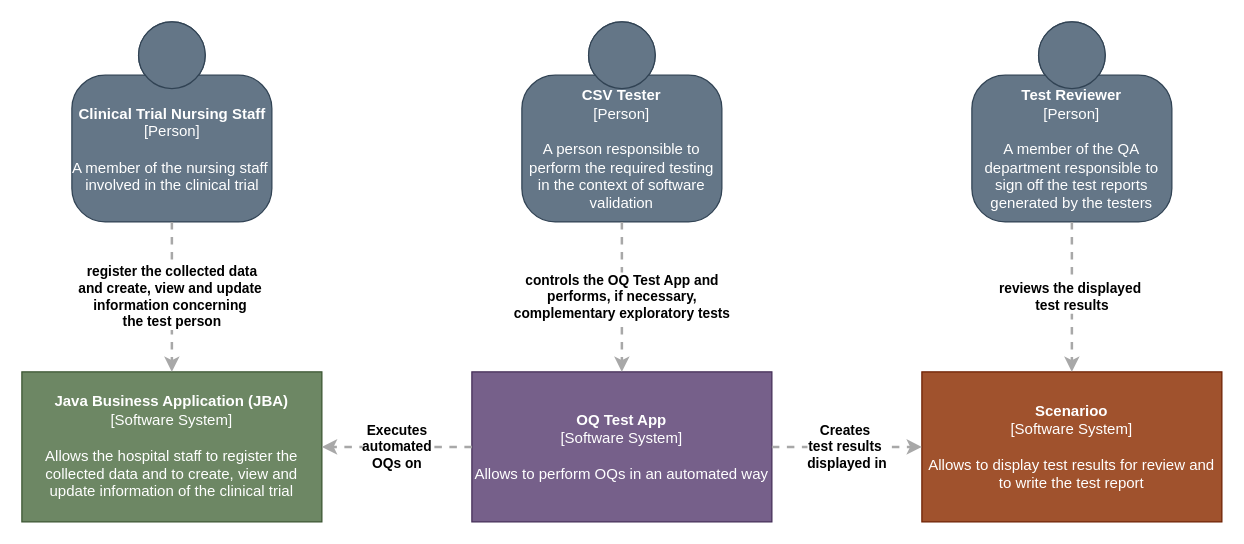
Above: documentation/C1_Architecture_Diagram.drawio in sableu/BDD4OQ (draw.io), before the change. Source tidied: cells renumbered, new cells numbered last; positions are measured from the earlier drawing's top-left corner, leaving out a move shared by most shapes. Both pictures are drawn from the tidied source at 125%, with x=0, y=0 at pixel (21, 21).
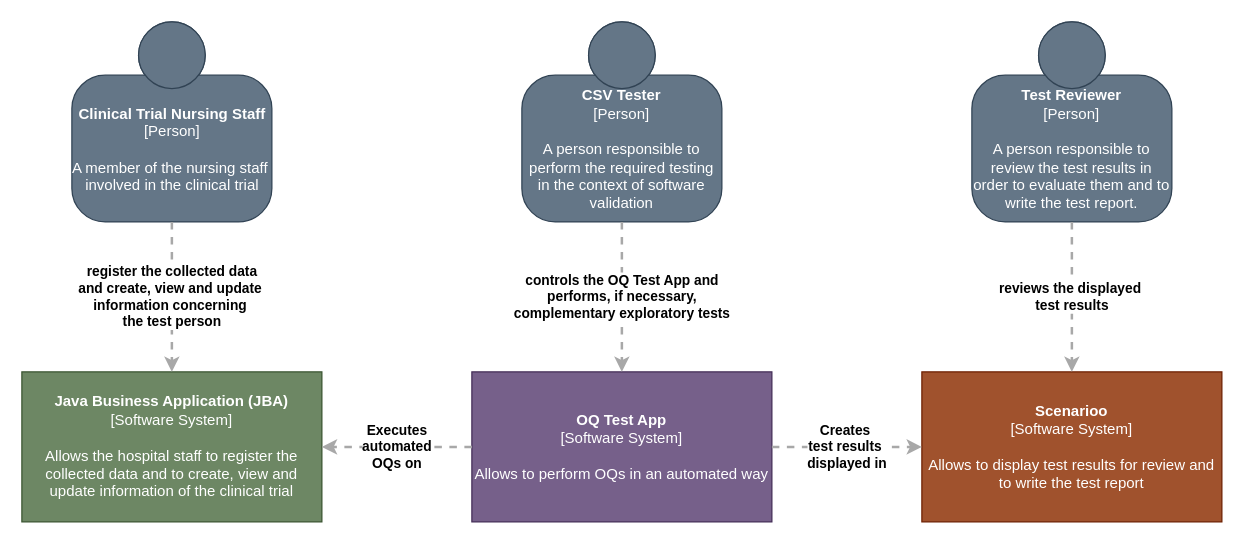
Above is the later version.

Diff of the diagram source:
```diff
@@
 <mxGraphModel>
   <root>
     <mxCell id="0" />
     <mxCell id="1" parent="0" />
     <mxCell id="2" value="&lt;b&gt;Java Business Application (JBA)&lt;/b&gt;&lt;div&gt;[Software System]&lt;/div&gt;&lt;br&gt;&lt;div&gt;Allows the hospital staff to register the collected data and to create, view and update information of the clinical trial&lt;/div&gt;" style="rounded=0;whiteSpace=wrap;html=1;labelBackgroundColor=none;fillColor=#6d8764;fontColor=#ffffff;align=center;arcSize=10;strokeColor=#3A5431;points=[[0.25,0,0],[0.5,0,0],[0.75,0,0],[1,0.25,0],[1,0.5,0],[1,0.75,0],[0.75,1,0],[0.5,1,0],[0.25,1,0],[0,0.75,0],[0,0.5,0],[0,0.25,0]];" parent="1" vertex="1">
       <mxGeometry y="280" width="240" height="120" as="geometry" />
     </mxCell>
     <mxCell id="3" value="&lt;b&gt;OQ Test App&lt;/b&gt;&lt;div&gt;[Software System]&lt;/div&gt;&lt;br&gt;&lt;div&gt;Allows to perform OQs in an automated way&lt;/div&gt;" style="rounded=0;whiteSpace=wrap;html=1;labelBackgroundColor=none;fillColor=#76608a;fontColor=#ffffff;align=center;arcSize=10;strokeColor=#432D57;points=[[0.25,0,0],[0.5,0,0],[0.75,0,0],[1,0.25,0],[1,0.5,0],[1,0.75,0],[0.75,1,0],[0.5,1,0],[0.25,1,0],[0,0.75,0],[0,0.5,0],[0,0.25,0]];" parent="1" vertex="1">
       <mxGeometry x="360" y="280" width="240" height="120" as="geometry" />
     </mxCell>
     <mxCell id="4" value="&lt;b&gt;Scenarioo&lt;/b&gt;&lt;div&gt;[Software System]&lt;/div&gt;&lt;br&gt;&lt;div&gt;Allows to display test results for review and to write the test report&lt;/div&gt;" style="rounded=0;whiteSpace=wrap;html=1;labelBackgroundColor=none;fillColor=#a0522d;fontColor=#ffffff;align=center;arcSize=10;strokeColor=#6D1F00;points=[[0.25,0,0],[0.5,0,0],[0.75,0,0],[1,0.25,0],[1,0.5,0],[1,0.75,0],[0.75,1,0],[0.5,1,0],[0.25,1,0],[0,0.75,0],[0,0.5,0],[0,0.25,0]];" parent="1" vertex="1">
       <mxGeometry x="720" y="280" width="240" height="120" as="geometry" />
     </mxCell>
     <mxCell id="5" value="&lt;b&gt;Clinical Trial Nursing Staff&lt;/b&gt;&lt;div&gt;[Person]&lt;/div&gt;&lt;br&gt;&lt;div&gt;A member of the nursing staff&amp;nbsp;&lt;/div&gt;&lt;div&gt;involved&amp;nbsp;&lt;span&gt;in the clinical trial&lt;/span&gt;&lt;/div&gt;" style="html=1;dashed=0;whitespace=wrap;fillColor=#647687;strokeColor=#314354;shape=mxgraph.c4.person;align=center;points=[[0.5,0,0],[1,0.5,0],[1,0.75,0],[0.75,1,0],[0.5,1,0],[0.25,1,0],[0,0.75,0],[0,0.5,0]];fontColor=#ffffff;" parent="1" vertex="1">
       <mxGeometry x="40" width="160" height="160" as="geometry" />
     </mxCell>
     <mxCell id="6" value="&lt;b&gt;CSV Tester&lt;/b&gt;&lt;div&gt;[Person]&lt;/div&gt;&lt;br&gt;&lt;div&gt;A person responsible to perform&amp;nbsp;&lt;span&gt;the required testing in the context&amp;nbsp;&lt;/span&gt;&lt;span&gt;of software validation&lt;/span&gt;&lt;/div&gt;" style="html=1;dashed=0;whitespace=wrap;fillColor=#647687;strokeColor=#314354;shape=mxgraph.c4.person;align=center;points=[[0.5,0,0],[1,0.5,0],[1,0.75,0],[0.75,1,0],[0.5,1,0],[0.25,1,0],[0,0.75,0],[0,0.5,0]];whiteSpace=wrap;fontColor=#ffffff;" parent="1" vertex="1">
       <mxGeometry x="400" width="160" height="160" as="geometry" />
     </mxCell>
-    <mxCell id="7" value="&lt;b&gt;Test Reviewer&lt;/b&gt;&lt;br&gt;&lt;div&gt;[Person]&lt;/div&gt;&lt;br&gt;&lt;div&gt;A member of the QA department responsible to sign off the test reports generated by the testers&lt;/div&gt;" style="html=1;dashed=0;whitespace=wrap;fillColor=#647687;strokeColor=#314354;shape=mxgraph.c4.person;align=center;points=[[0.5,0,0],[1,0.5,0],[1,0.75,0],[0.75,1,0],[0.5,1,0],[0.25,1,0],[0,0.75,0],[0,0.5,0]];whiteSpace=wrap;fontColor=#ffffff;" parent="1" vertex="1">
+    <mxCell id="7" value="&lt;b&gt;Test Reviewer&lt;/b&gt;&lt;br&gt;&lt;div&gt;[Person]&lt;/div&gt;&lt;br&gt;&lt;div&gt;A person responsible to review the test results in order to evaluate them and to write the test report.&lt;/div&gt;" style="html=1;dashed=0;whitespace=wrap;fillColor=#647687;strokeColor=#314354;shape=mxgraph.c4.person;align=center;points=[[0.5,0,0],[1,0.5,0],[1,0.75,0],[0.75,1,0],[0.5,1,0],[0.25,1,0],[0,0.75,0],[0,0.5,0]];whiteSpace=wrap;fontColor=#ffffff;" parent="1" vertex="1">
       <mxGeometry x="760" width="160" height="160" as="geometry" />
     </mxCell>
     <mxCell id="8" value="&lt;div style=&quot;text-align: left&quot;&gt;&lt;div style=&quot;text-align: center&quot;&gt;&lt;b&gt;Creates&amp;nbsp;&lt;/b&gt;&lt;/div&gt;&lt;div style=&quot;text-align: center&quot;&gt;&lt;b&gt;test results&amp;nbsp;&lt;/b&gt;&lt;/div&gt;&lt;div style=&quot;text-align: center&quot;&gt;&lt;b&gt;displayed in&lt;/b&gt;&lt;/div&gt;&lt;/div&gt;" style="edgeStyle=none;rounded=0;html=1;jettySize=auto;strokeColor=#A8A8A8;strokeWidth=2;fontColor=#000000;jumpStyle=none;dashed=1;exitX=1;exitY=0.5;exitDx=0;exitDy=0;exitPerimeter=0;entryX=0;entryY=0.5;entryDx=0;entryDy=0;entryPerimeter=0;" parent="1" edge="1" source="3" target="4">
       <mxGeometry relative="1" as="geometry" />
     </mxCell>
     <mxCell id="9" value="&lt;div style=&quot;text-align: left&quot;&gt;&lt;div style=&quot;text-align: center&quot;&gt;&lt;b&gt;Executes&lt;/b&gt;&lt;/div&gt;&lt;div style=&quot;text-align: center&quot;&gt;&lt;b&gt;automated&lt;/b&gt;&lt;/div&gt;&lt;div style=&quot;text-align: center&quot;&gt;&lt;b&gt;OQs on&lt;/b&gt;&lt;/div&gt;&lt;/div&gt;" style="edgeStyle=none;rounded=0;html=1;entryX=1;entryY=0.5;jettySize=auto;strokeColor=#A8A8A8;strokeWidth=2;fontColor=#000000;jumpStyle=none;dashed=1;exitX=0;exitY=0.5;exitDx=0;exitDy=0;exitPerimeter=0;entryDx=0;entryDy=0;entryPerimeter=0;" parent="1" edge="1" source="3" target="2">
       <mxGeometry relative="1" as="geometry" />
     </mxCell>
     <mxCell id="10" value="&lt;div style=&quot;text-align: left&quot;&gt;&lt;div style=&quot;text-align: center&quot;&gt;&lt;b&gt;controls the OQ Test App and&lt;/b&gt;&lt;/div&gt;&lt;div style=&quot;text-align: center&quot;&gt;&lt;b&gt;performs, if necessary,&lt;/b&gt;&lt;/div&gt;&lt;div style=&quot;text-align: center&quot;&gt;&lt;b&gt;complementary exploratory tests&lt;/b&gt;&lt;/div&gt;&lt;/div&gt;" style="edgeStyle=none;rounded=0;html=1;entryX=0.5;entryY=0;jettySize=auto;strokeColor=#A8A8A8;strokeWidth=2;fontColor=#000000;jumpStyle=none;dashed=1;exitX=0.5;exitY=1;exitDx=0;exitDy=0;exitPerimeter=0;entryDx=0;entryDy=0;entryPerimeter=0;" parent="1" edge="1" source="6" target="3">
       <mxGeometry relative="1" as="geometry" />
     </mxCell>
     <mxCell id="11" value="&lt;div style=&quot;text-align: left&quot;&gt;&lt;div style=&quot;text-align: center&quot;&gt;&lt;b&gt;register the collected data&lt;/b&gt;&lt;/div&gt;&lt;div style=&quot;text-align: center&quot;&gt;&lt;b&gt;and create, view and update&amp;nbsp;&lt;/b&gt;&lt;/div&gt;&lt;div style=&quot;text-align: center&quot;&gt;&lt;b&gt;information concerning&amp;nbsp;&lt;/b&gt;&lt;/div&gt;&lt;div style=&quot;text-align: center&quot;&gt;&lt;b&gt;the&amp;nbsp;test person&lt;/b&gt;&lt;/div&gt;&lt;/div&gt;" style="edgeStyle=none;rounded=0;html=1;jettySize=auto;strokeColor=#A8A8A8;strokeWidth=2;fontColor=#000000;jumpStyle=none;dashed=1;exitX=0.5;exitY=1;exitDx=0;exitDy=0;exitPerimeter=0;" parent="1" edge="1" source="5" target="2">
       <mxGeometry relative="1" as="geometry" />
     </mxCell>
     <mxCell id="12" value="&lt;div style=&quot;text-align: left&quot;&gt;&lt;div style=&quot;text-align: center&quot;&gt;&lt;b&gt;reviews the displayed&amp;nbsp;&lt;/b&gt;&lt;/div&gt;&lt;div style=&quot;text-align: center&quot;&gt;&lt;b&gt;test results&lt;/b&gt;&lt;/div&gt;&lt;/div&gt;" style="edgeStyle=none;rounded=0;html=1;entryX=0.5;entryY=0;jettySize=auto;strokeColor=#A8A8A8;strokeWidth=2;fontColor=#000000;jumpStyle=none;dashed=1;exitX=0.5;exitY=1;exitDx=0;exitDy=0;exitPerimeter=0;entryDx=0;entryDy=0;entryPerimeter=0;" parent="1" edge="1" source="7" target="4">
       <mxGeometry relative="1" as="geometry" />
     </mxCell>
   </root>
 </mxGraphModel>
```
